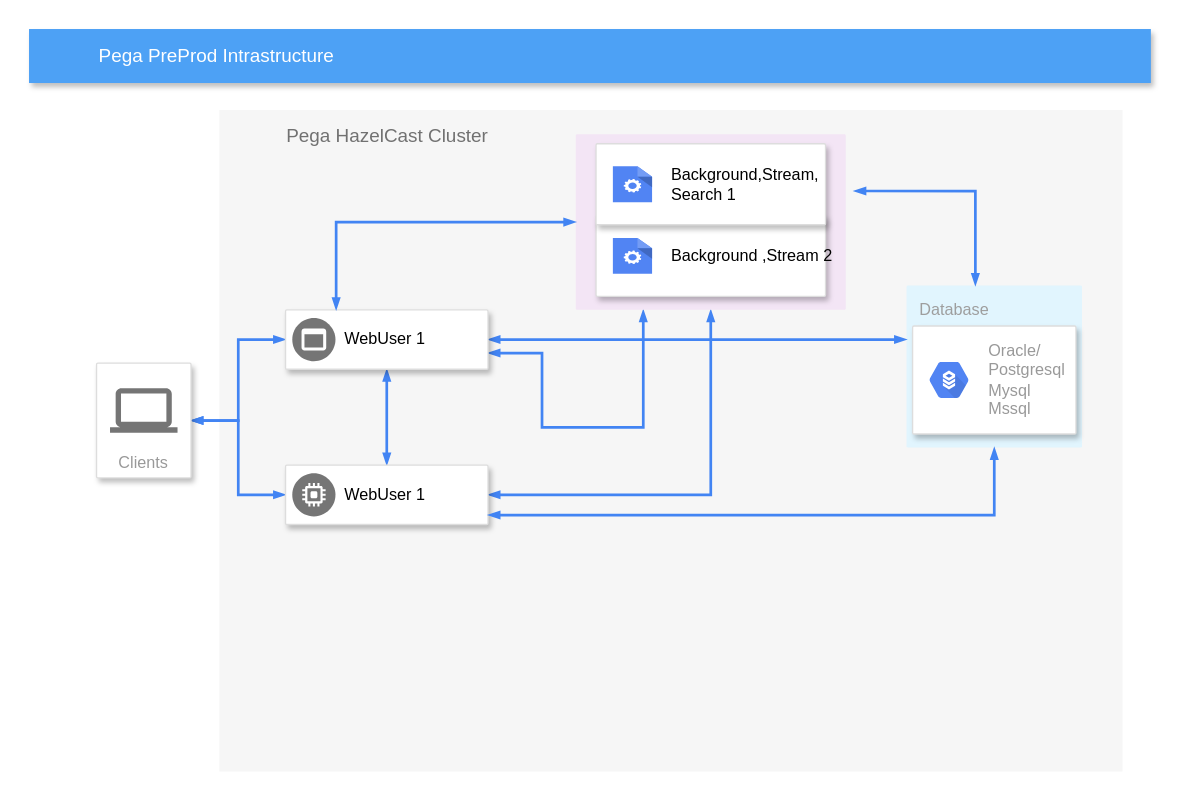
The draw.io diagram Pega preprod.drawio in ergun598/CloudTest, before the edit. Source tidied: cells renumbered, new cells numbered last; positions are measured from the earlier drawing's top-left corner, leaving out a move shared by most shapes. Both pictures are drawn from the tidied source at 135%, with x=0, y=0 at pixel (28, 28).
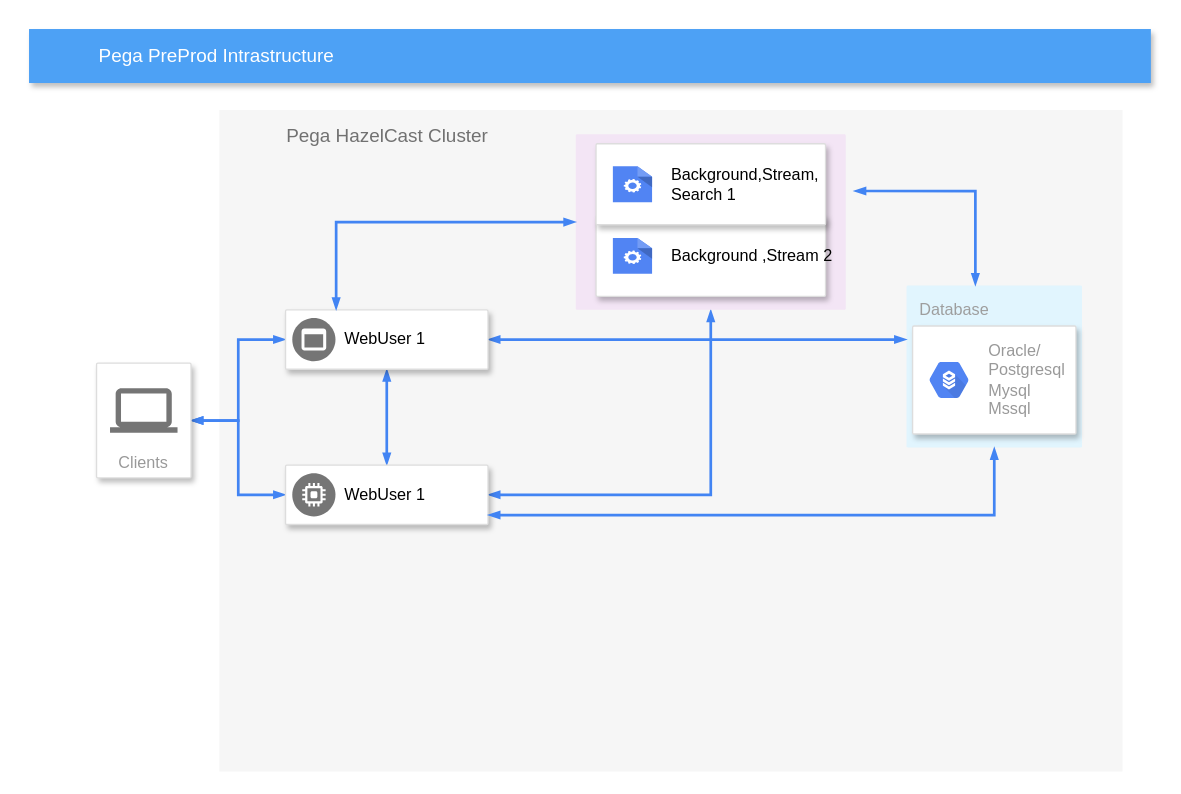
The same page after the edit.

Unchanged cells that the change refers to:
```xml
<mxCell id="12" style="strokeColor=#dddddd;fillColor=#ffffff;shadow=1;strokeWidth=1;rounded=1;absoluteArcSize=1;arcSize=2;fontSize=10;fontColor=#999999;align=left;html=1;" parent="1" vertex="1">
  <mxGeometry x="190" y="208" width="150" height="44" as="geometry" />
</mxCell>
<mxCell id="20" style="sketch=0;points=[[0,0,0],[0.25,0,0],[0.5,0,0],[0.75,0,0],[1,0,0],[1,0.25,0],[1,0.5,0],[1,0.75,0],[1,1,0],[0.75,1,0],[0.5,1,0],[0.25,1,0],[0,1,0],[0,0.75,0],[0,0.5,0],[0,0.25,0]];rounded=1;absoluteArcSize=1;arcSize=2;html=1;strokeColor=none;gradientColor=none;shadow=0;dashed=0;fontSize=12;fontColor=#9E9E9E;align=left;verticalAlign=top;spacing=10;spacingTop=-4;whiteSpace=wrap;fillColor=#F3E5F5;" parent="1" vertex="1">
  <mxGeometry x="405" y="78" width="200" height="130" as="geometry" />
</mxCell>
```

Diff of the diagram source:
```diff
@@
-    <mxCell id="11" style="edgeStyle=orthogonalEdgeStyle;rounded=0;html=1;labelBackgroundColor=none;startArrow=blockThin;startFill=1;endArrow=blockThin;endFill=1;jettySize=auto;strokeColor=#4284F3;strokeWidth=2;fontSize=10;fontColor=#999999;align=center;dashed=0;endSize=4;startSize=4;entryX=0.25;entryY=1;entryDx=0;entryDy=0;entryPerimeter=0;" parent="1" edge="1" source="12" target="20">
-      <mxGeometry relative="1" as="geometry">
-        <Array as="points">
-          <mxPoint x="380" y="240" />
-          <mxPoint x="380" y="295" />
-          <mxPoint x="455" y="295" />
-        </Array>
-      </mxGeometry>
-    </mxCell>
```
